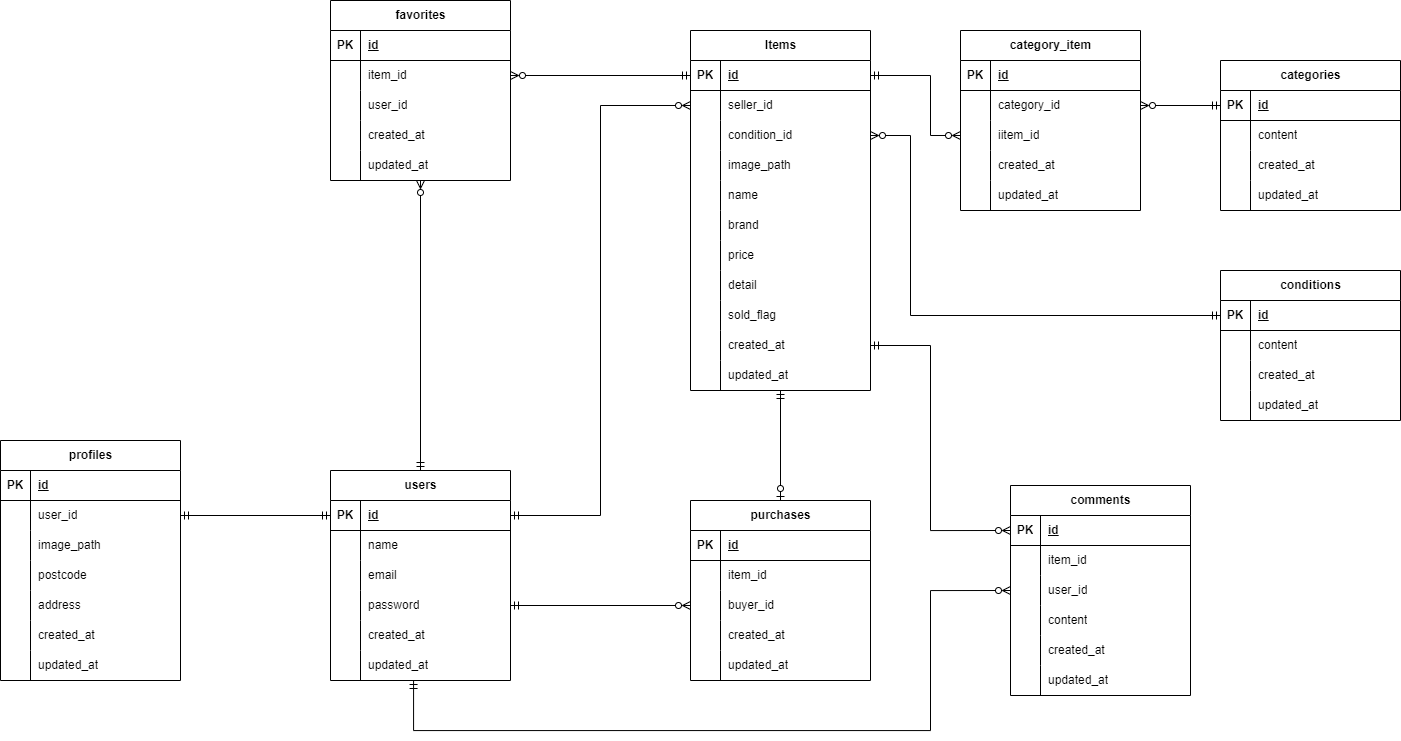
This is src/er-diagram.drawio.png from Roba-97/ObanaRyota-mockcase1-furima-app, a draw.io export, as it was before one commit. Source tidied: cells renumbered, new cells last; positions are measured from the earlier drawing's top-left corner, leaving out a move shared by most shapes.
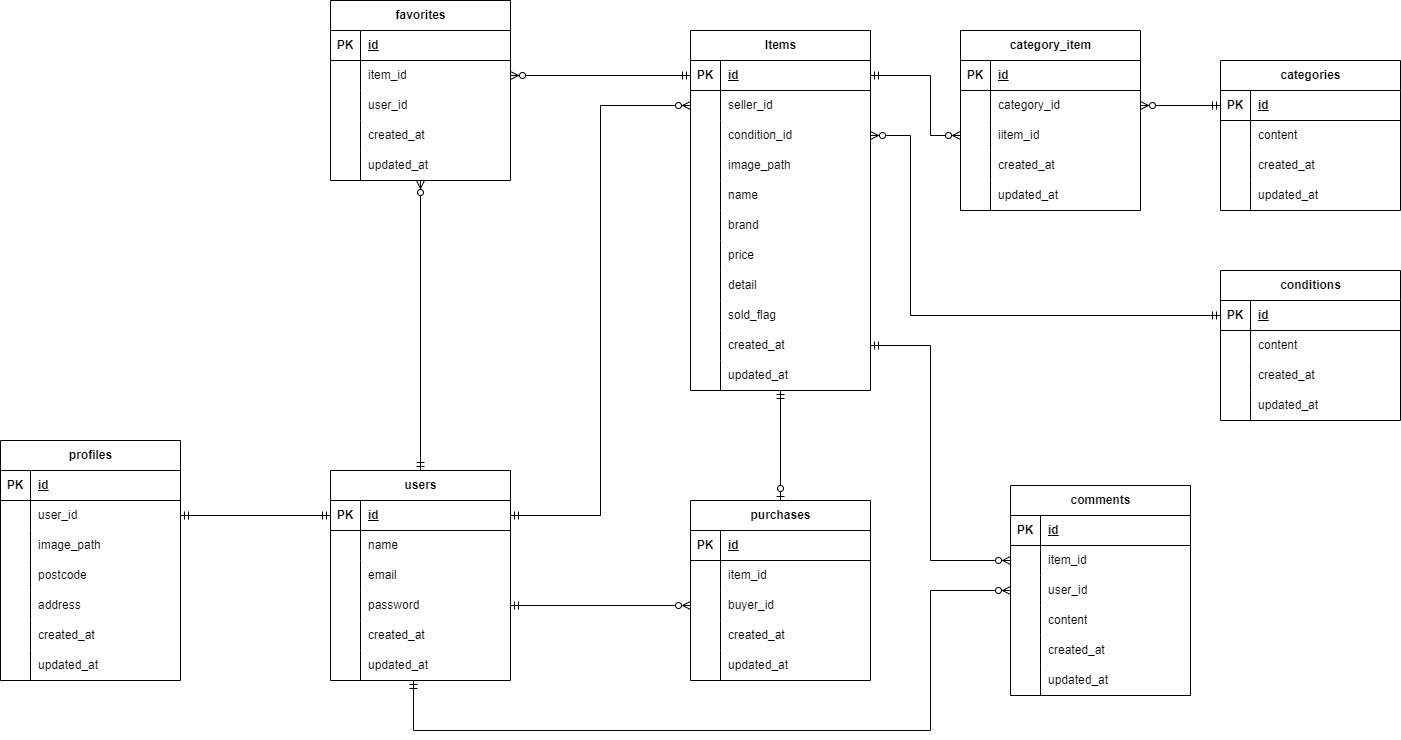
The same file after the commit.

What changed in the source:
```diff
@@ -546,10 +546,10 @@
         </Array>
       </mxGeometry>
     </mxCell>
-    <mxCell id="180" style="edgeStyle=orthogonalEdgeStyle;html=1;exitX=0;exitY=0.5;exitDx=0;exitDy=0;entryX=1;entryY=0.5;entryDx=0;entryDy=0;rounded=0;endArrow=ERmandOne;endFill=0;startArrow=ERzeroToMany;startFill=0;curved=0;" parent="1" edge="1" source="121" target="72">
+    <mxCell id="180" style="edgeStyle=orthogonalEdgeStyle;html=1;exitX=0;exitY=0.5;exitDx=0;exitDy=0;entryX=1;entryY=0.5;entryDx=0;entryDy=0;rounded=0;endArrow=ERmandOne;endFill=0;startArrow=ERzeroToMany;startFill=0;curved=0;" parent="1" edge="1" source="124" target="72">
       <mxGeometry relative="1" as="geometry">
         <Array as="points">
-          <mxPoint x="930" y="530" />
+          <mxPoint x="930" y="560" />
           <mxPoint x="930" y="345" />
         </Array>
       </mxGeometry>
```
